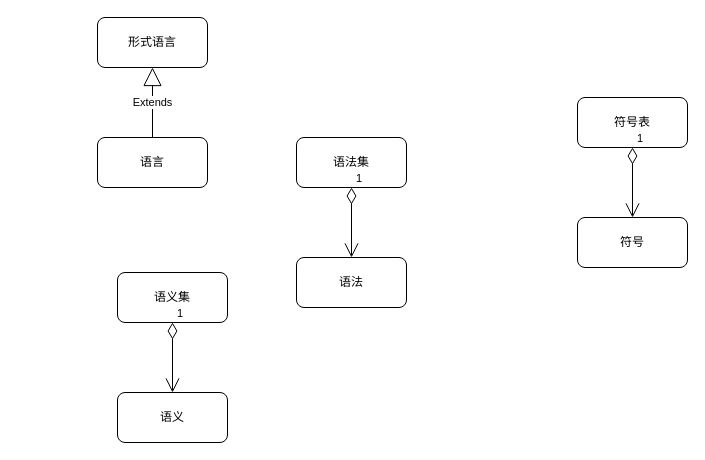
cyxm/CodeGenerator keeps this draw.io diagram as page "语言" (2 of 2) of base_model/实体和语言.drawio. Above is the earlier version. Source tidied: cells renumbered, new cells numbered last; positions are measured from the earlier drawing's top-left corner, leaving out a move shared by most shapes. Both pictures are drawn from the tidied source at 100%, with x=0, y=0 at pixel (97, 17).
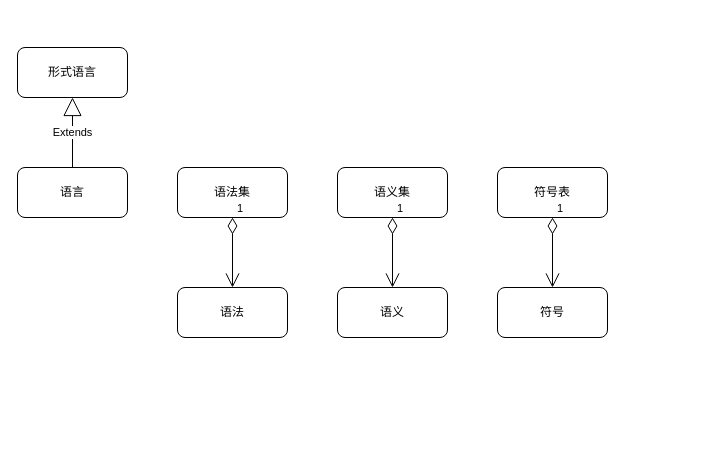
The same page after the edit.

What changed in the source:
```diff
@@
 <mxGraphModel>
   <root>
     <mxCell id="0" />
     <mxCell id="1" parent="0" />
-    <mxCell id="2" value="符号表" style="html=1;whiteSpace=wrap;rounded=1;" parent="1" vertex="1">
-      <mxGeometry x="480" y="80" width="110" height="50" as="geometry" />
-    </mxCell>
-    <mxCell id="3" value="符号" style="html=1;whiteSpace=wrap;rounded=1;" parent="1" vertex="1">
-      <mxGeometry x="480" y="200" width="110" height="50" as="geometry" />
-    </mxCell>
     <mxCell id="4" style="group;" parent="1" vertex="1">
-      <mxGeometry width="110" height="170" as="geometry" />
+      <mxGeometry x="-80" y="30" width="110" height="170" as="geometry" />
     </mxCell>
     <mxCell id="5" value="形式语言" style="html=1;whiteSpace=wrap;rounded=1;" parent="4" vertex="1">
       <mxGeometry width="110" height="50" as="geometry" />
     </mxCell>
     <mxCell id="6" value="语言" style="html=1;whiteSpace=wrap;rounded=1;" parent="4" vertex="1">
       <mxGeometry y="120" width="110" height="50" as="geometry" />
     </mxCell>
     <mxCell id="7" value="Extends" style="endArrow=block;endSize=16;endFill=0;html=1;rounded=1;exitX=0.5;exitY=0;exitDx=0;exitDy=0;entryX=0.5;entryY=1;entryDx=0;entryDy=0;" parent="4" edge="1" source="6" target="5">
       <mxGeometry relative="1" as="geometry" />
     </mxCell>
     <mxCell id="8" style="group;" parent="1" vertex="1">
-      <mxGeometry x="199" y="120" width="110" height="170" as="geometry" />
+      <mxGeometry x="80" y="150" width="110" height="170" as="geometry" />
     </mxCell>
     <mxCell id="9" value="语法" style="html=1;whiteSpace=wrap;rounded=1;" parent="8" vertex="1">
       <mxGeometry y="120" width="110" height="50" as="geometry" />
     </mxCell>
     <mxCell id="10" value="语法集" style="html=1;whiteSpace=wrap;rounded=1;" parent="8" vertex="1">
       <mxGeometry width="110" height="50" as="geometry" />
     </mxCell>
     <mxCell id="11" value="1" style="endArrow=open;html=1;endSize=12;startArrow=diamondThin;startSize=14;startFill=0;edgeStyle=orthogonalEdgeStyle;align=left;verticalAlign=bottom;rounded=1;entryX=0.5;entryY=0;entryDx=0;entryDy=0;exitX=0.5;exitY=1;exitDx=0;exitDy=0;" parent="8" edge="1" source="10" target="9">
       <mxGeometry x="-1" y="3" relative="1" as="geometry" />
     </mxCell>
     <mxCell id="12" style="group;" parent="1" vertex="1">
-      <mxGeometry x="20" y="255" width="110" height="170" as="geometry" />
+      <mxGeometry x="240" y="150" width="110" height="170" as="geometry" />
     </mxCell>
     <mxCell id="13" value="语义" style="html=1;whiteSpace=wrap;rounded=1;" parent="12" vertex="1">
       <mxGeometry y="120" width="110" height="50" as="geometry" />
     </mxCell>
     <mxCell id="14" value="语义集" style="html=1;whiteSpace=wrap;rounded=1;" parent="12" vertex="1">
       <mxGeometry width="110" height="50" as="geometry" />
     </mxCell>
     <mxCell id="15" value="1" style="endArrow=open;html=1;endSize=12;startArrow=diamondThin;startSize=14;startFill=0;edgeStyle=orthogonalEdgeStyle;align=left;verticalAlign=bottom;rounded=1;exitX=0.5;exitY=1;exitDx=0;exitDy=0;entryX=0.5;entryY=0;entryDx=0;entryDy=0;" parent="12" edge="1" source="14" target="13">
       <mxGeometry x="-1" y="3" relative="1" as="geometry" />
     </mxCell>
+    <mxCell id="17" style="group;" parent="1" vertex="1">
+      <mxGeometry x="400" y="150" width="110" height="170" as="geometry" />
+    </mxCell>
+    <mxCell id="2" value="符号表" style="html=1;whiteSpace=wrap;rounded=1;" parent="17" vertex="1">
+      <mxGeometry width="110" height="50" as="geometry" />
+    </mxCell>
+    <mxCell id="3" value="符号" style="html=1;whiteSpace=wrap;rounded=1;" parent="17" vertex="1">
+      <mxGeometry y="120" width="110" height="50" as="geometry" />
+    </mxCell>
-    <mxCell id="16" value="1" style="endArrow=open;html=1;endSize=12;startArrow=diamondThin;startSize=14;startFill=0;edgeStyle=orthogonalEdgeStyle;align=left;verticalAlign=bottom;rounded=1;exitX=0.5;exitY=1;exitDx=0;exitDy=0;entryX=0.5;entryY=0;entryDx=0;entryDy=0;" parent="1" edge="1" source="2" target="3">
+    <mxCell id="16" value="1" style="endArrow=open;html=1;endSize=12;startArrow=diamondThin;startSize=14;startFill=0;edgeStyle=orthogonalEdgeStyle;align=left;verticalAlign=bottom;rounded=1;exitX=0.5;exitY=1;exitDx=0;exitDy=0;entryX=0.5;entryY=0;entryDx=0;entryDy=0;" parent="17" edge="1" source="2" target="3">
       <mxGeometry x="-1" y="3" relative="1" as="geometry" />
     </mxCell>
   </root>
 </mxGraphModel>
```
